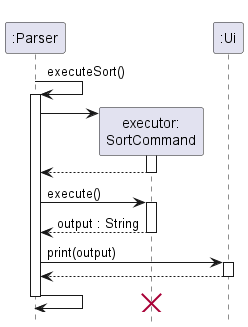
Above: docs/imgs/sortSequence.png in nus-cs2113-AY2223S1/tp (PlantUML), before the change. Its source is kept beside it as docs/UML Diagrams/sortSequence.puml.
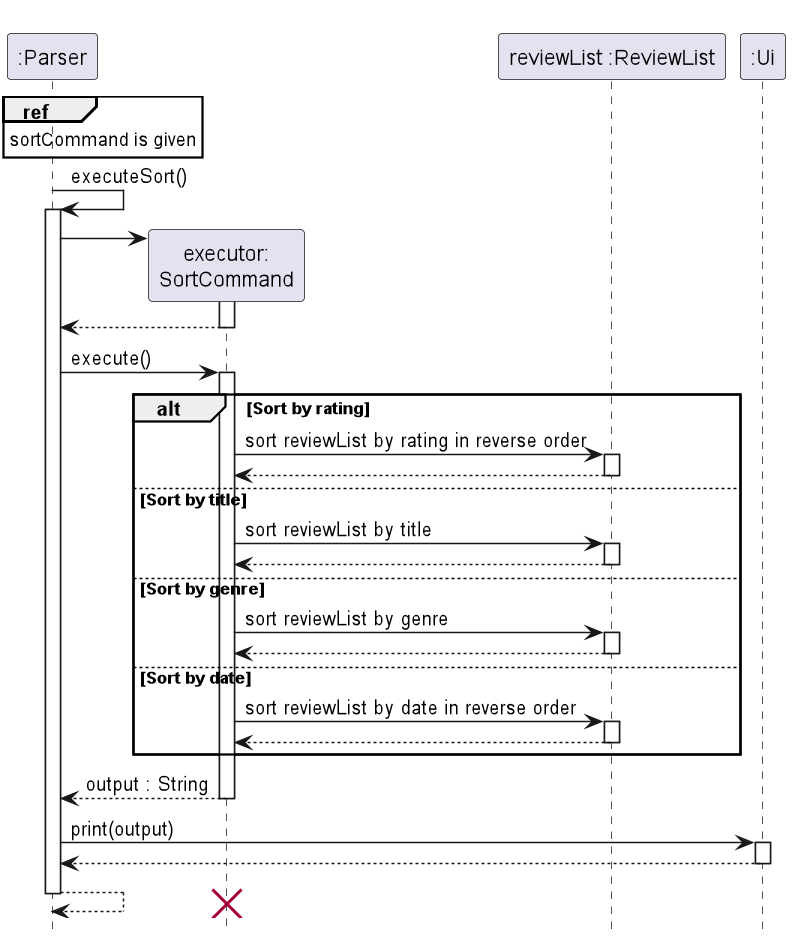
After the commit.

Commit message:
added to sequence diagrams

Change to the diagram source:
```diff
@@ -4,6 +4,10 @@
 hide footbox
 
 participant ":Parser"
+
+ref over ":Parser"
+sortCommand is given
+end ref
 
 ":Parser" -> ":Parser" : executeSort()
 activate ":Parser"
@@ -17,6 +21,34 @@
 
 ":Parser" -> "executor:\nSortCommand" : execute()
 activate "executor:\nSortCommand"
+
+participant "reviewList :ReviewList"
+alt Sort by rating
+    "executor:\nSortCommand" -> "reviewList :ReviewList" : sort reviewList by rating in reverse order
+    activate "reviewList :ReviewList"
+    "reviewList :ReviewList" --> "executor:\nSortCommand"
+    deactivate "reviewList :ReviewList"
+
+else Sort by title
+    "executor:\nSortCommand" -> "reviewList :ReviewList" : sort reviewList by title
+    activate "reviewList :ReviewList"
+    "reviewList :ReviewList" --> "executor:\nSortCommand"
+    deactivate "reviewList :ReviewList"
+
+else Sort by genre
+    "executor:\nSortCommand" -> "reviewList :ReviewList" : sort reviewList by genre
+    activate "reviewList :ReviewList"
+    "reviewList :ReviewList" --> "executor:\nSortCommand"
+    deactivate "reviewList :ReviewList"
+
+else Sort by date
+    "executor:\nSortCommand" -> "reviewList :ReviewList" : sort reviewList by date in reverse order
+    activate "reviewList :ReviewList"
+    "reviewList :ReviewList" --> "executor:\nSortCommand"
+    deactivate "reviewList :ReviewList"
+
+end
+
 "executor:\nSortCommand" --> ":Parser": output : String
 deactivate "executor:\nSortCommand"
 
@@ -27,7 +59,7 @@
 ":Ui" --> ":Parser"
 deactivate ":Ui"
 
-":Parser" -> ":Parser"
+":Parser" --> ":Parser"
 destroy "executor:\nSortCommand"
 deactivate ":Parser"
 
```
